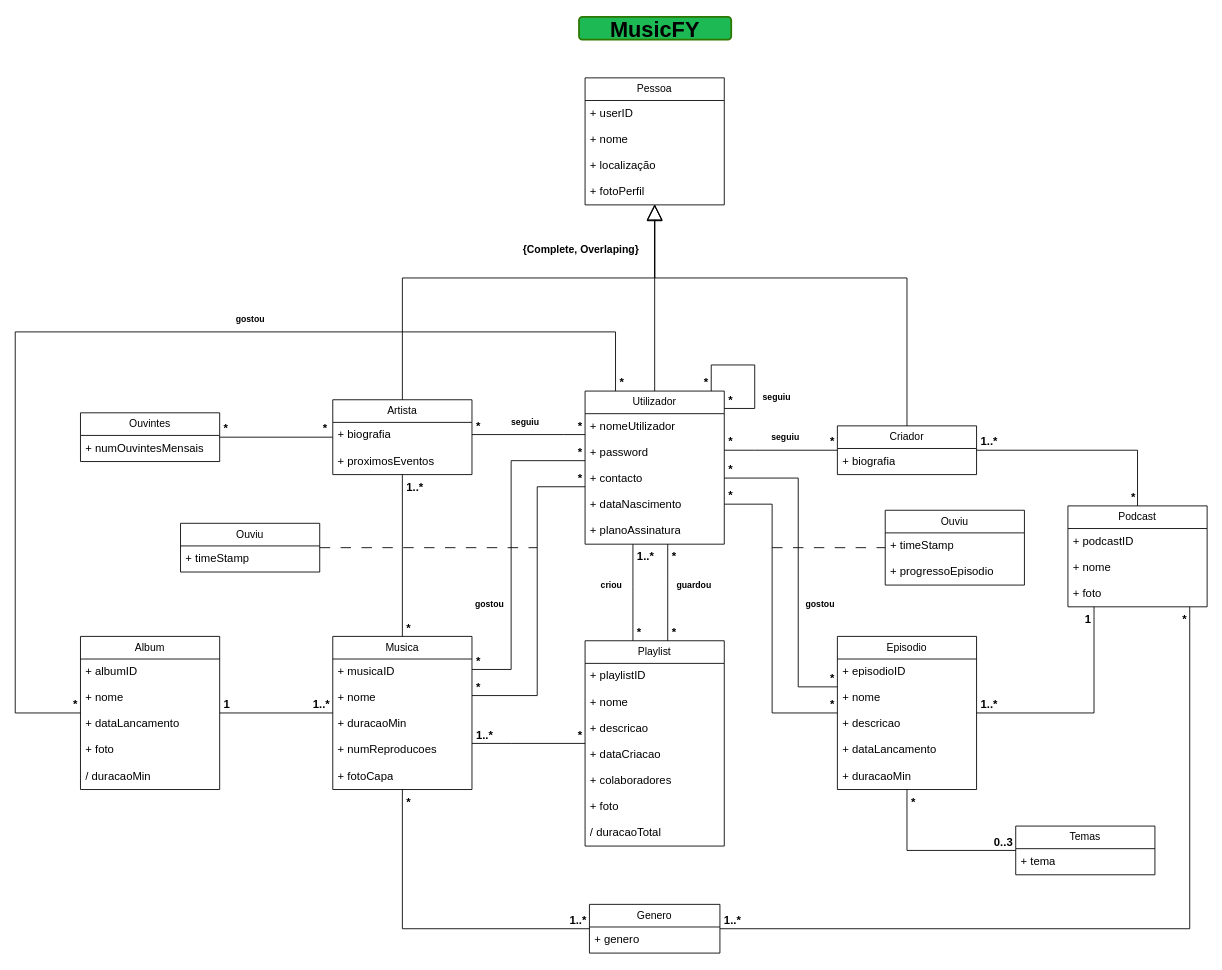
This is UMLmusicFY.drawio from PedroLunet/database, a draw.io file, before an edit. Source tidied: cells renumbered, new cells numbered last; positions are measured from the earlier drawing's top-left corner, leaving out a move shared by most shapes. Both pictures are drawn from the tidied source at 87%, with x=0, y=0 at pixel (15, 17).
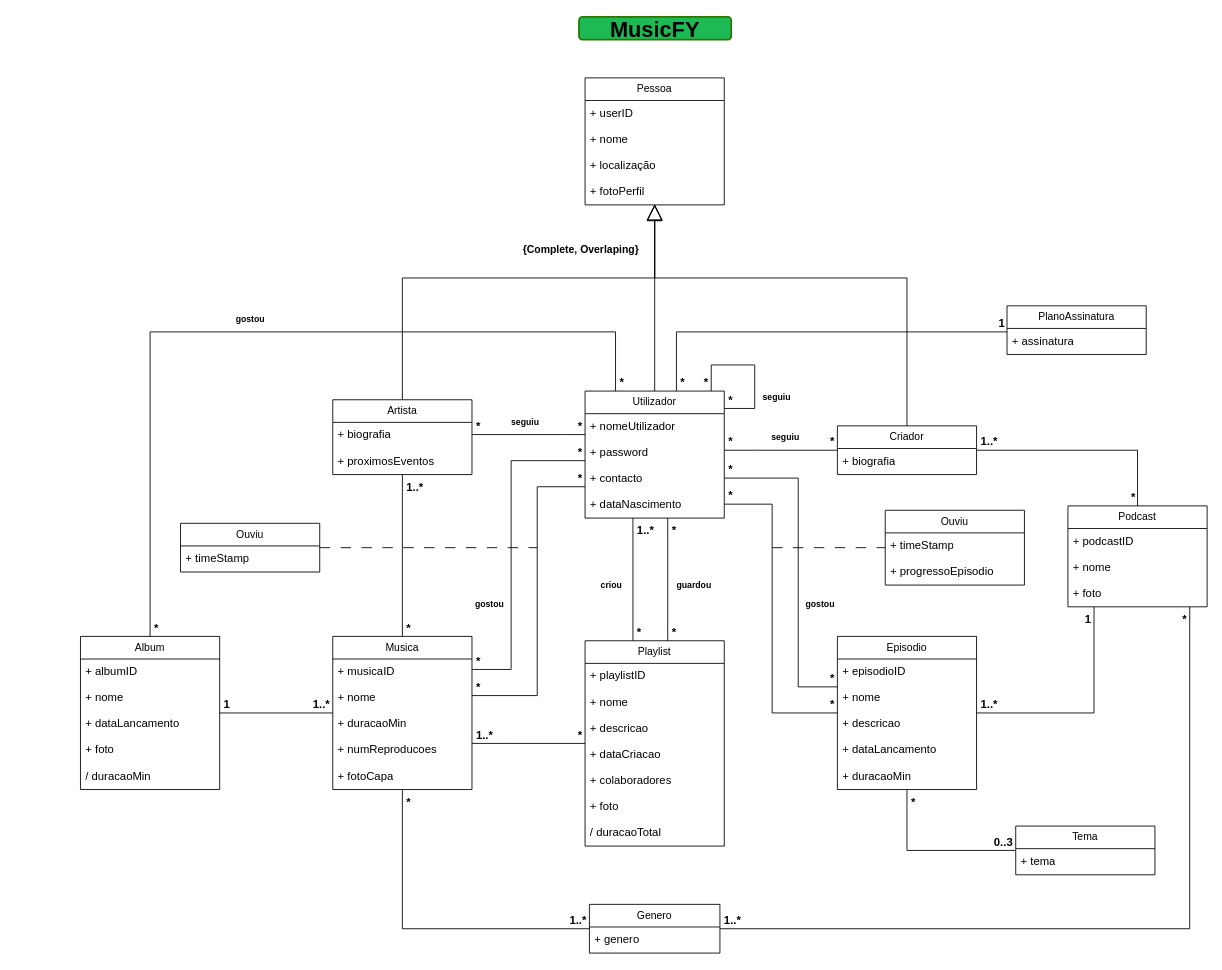
The same page after the edit.

The change refers to these unchanged cells:
```xml
<mxCell id="13" value="Artista" style="swimlane;fontStyle=0;horizontal=1;startSize=26;fillColor=none;whiteSpace=wrap;html=1;" parent="1" vertex="1">
  <mxGeometry x="365" y="440" width="160" height="86" as="geometry" />
</mxCell>
<mxCell id="41" value="Album" style="swimlane;fontStyle=0;horizontal=1;startSize=26;fillColor=none;whiteSpace=wrap;html=1;" parent="1" vertex="1">
  <mxGeometry x="75" y="712" width="160" height="176" as="geometry" />
</mxCell>
```

Diff of the diagram source:
```diff
@@
     <mxCell id="7" value="Utilizador" style="swimlane;fontStyle=0;horizontal=1;startSize=26;fillColor=none;whiteSpace=wrap;html=1;" parent="1" vertex="1">
-      <mxGeometry x="655" y="430" width="160" height="176" as="geometry" />
+      <mxGeometry x="655" y="430" width="160" height="146" as="geometry" />
     </mxCell>
@@
-    <mxCell id="12" value="+ planoAssinatura" style="text;strokeColor=none;fillColor=none;align=left;verticalAlign=top;spacingLeft=4;spacingRight=4;overflow=hidden;whiteSpace=wrap;html=1;fontSize=13;" parent="7" vertex="1">
-      <mxGeometry y="146" width="160" height="30" as="geometry" />
-    </mxCell>
@@
-    <mxCell id="122" value="Ouvintes" style="swimlane;fontStyle=0;horizontal=1;startSize=26;fillColor=none;whiteSpace=wrap;html=1;" parent="1" vertex="1">
-      <mxGeometry x="75" y="455" width="160" height="56" as="geometry" />
-    </mxCell>
-    <mxCell id="123" value="+ numOuvintesMensais" style="text;strokeColor=none;fillColor=none;align=left;verticalAlign=top;spacingLeft=4;spacingRight=4;overflow=hidden;whiteSpace=wrap;html=1;fontSize=13;" parent="122" vertex="1">
-      <mxGeometry y="26" width="160" height="30" as="geometry" />
-    </mxCell>
-    <mxCell id="124" style="endArrow=none;html=1;edgeStyle=orthogonalEdgeStyle;rounded=0;" parent="1" edge="1" source="122" target="13">
-      <mxGeometry relative="1" as="geometry" />
-    </mxCell>
-    <mxCell id="125" value="*" style="edgeLabel;html=1;align=left;verticalAlign=bottom;labelBackgroundColor=none;fontStyle=1;fontSize=13;" parent="124" vertex="1">
-      <mxGeometry x="-1" relative="1" as="geometry">
-        <mxPoint x="3" as="offset" />
-      </mxGeometry>
-    </mxCell>
-    <mxCell id="126" value="*" style="edgeLabel;html=1;align=right;verticalAlign=bottom;fontSize=13;fontStyle=1;labelBackgroundColor=none;" parent="124" vertex="1">
-      <mxGeometry x="1" relative="1" as="geometry">
-        <mxPoint x="-6" as="offset" />
-      </mxGeometry>
-    </mxCell>
-    <mxCell id="127" value="Temas" style="swimlane;fontStyle=0;horizontal=1;startSize=26;fillColor=none;whiteSpace=wrap;html=1;" parent="1" vertex="1">
+    <mxCell id="127" value="Tema" style="swimlane;fontStyle=0;horizontal=1;startSize=26;fillColor=none;whiteSpace=wrap;html=1;" parent="1" vertex="1">
       <mxGeometry x="1150" y="930" width="160" height="56" as="geometry" />
     </mxCell>
@@
     <mxCell id="132" style="endArrow=none;html=1;edgeStyle=orthogonalEdgeStyle;rounded=0;" parent="1" edge="1" source="7" target="41">
       <mxGeometry relative="1" as="geometry">
         <Array as="points">
           <mxPoint x="690" y="362" />
-          <mxPoint y="362" />
-          <mxPoint y="800" />
+          <mxPoint x="155" y="362" />
         </Array>
       </mxGeometry>
     </mxCell>
@@
-    <mxCell id="134" value="*" style="edgeLabel;html=1;align=right;verticalAlign=bottom;labelBackgroundColor=none;fontSize=13;fontStyle=1;" parent="132" vertex="1">
+    <mxCell id="134" value="*" style="edgeLabel;html=1;align=left;verticalAlign=bottom;labelBackgroundColor=none;fontSize=13;fontStyle=1;" parent="132" vertex="1">
       <mxGeometry x="1" relative="1" as="geometry">
-        <mxPoint x="-3" as="offset" />
+        <mxPoint x="3" as="offset" />
       </mxGeometry>
     </mxCell>
@@
+    <mxCell id="136" value="PlanoAssinatura" style="swimlane;fontStyle=0;horizontal=1;startSize=26;fillColor=none;whiteSpace=wrap;html=1;" parent="1" vertex="1">
+      <mxGeometry x="1140" y="332" width="160" height="56" as="geometry" />
+    </mxCell>
+    <mxCell id="137" value="+ assinatura" style="text;strokeColor=none;fillColor=none;align=left;verticalAlign=top;spacingLeft=4;spacingRight=4;overflow=hidden;whiteSpace=wrap;html=1;fontSize=13;" parent="136" vertex="1">
+      <mxGeometry y="26" width="160" height="30" as="geometry" />
+    </mxCell>
+    <mxCell id="138" style="endArrow=none;html=1;edgeStyle=orthogonalEdgeStyle;rounded=0;" parent="1" edge="1" source="7" target="136">
+      <mxGeometry relative="1" as="geometry">
+        <Array as="points">
+          <mxPoint x="760" y="362" />
+        </Array>
+      </mxGeometry>
+    </mxCell>
+    <mxCell id="139" value="*" style="edgeLabel;html=1;align=left;verticalAlign=bottom;fontSize=13;fontStyle=1;labelBackgroundColor=none;" parent="138" vertex="1">
+      <mxGeometry x="-1" relative="1" as="geometry">
+        <mxPoint x="3" as="offset" />
+      </mxGeometry>
+    </mxCell>
+    <mxCell id="140" value="1" style="edgeLabel;html=1;align=right;verticalAlign=bottom;fontSize=13;fontStyle=1;labelBackgroundColor=none;" parent="138" vertex="1">
+      <mxGeometry x="1" relative="1" as="geometry">
+        <mxPoint x="-2" as="offset" />
+      </mxGeometry>
+    </mxCell>
```
